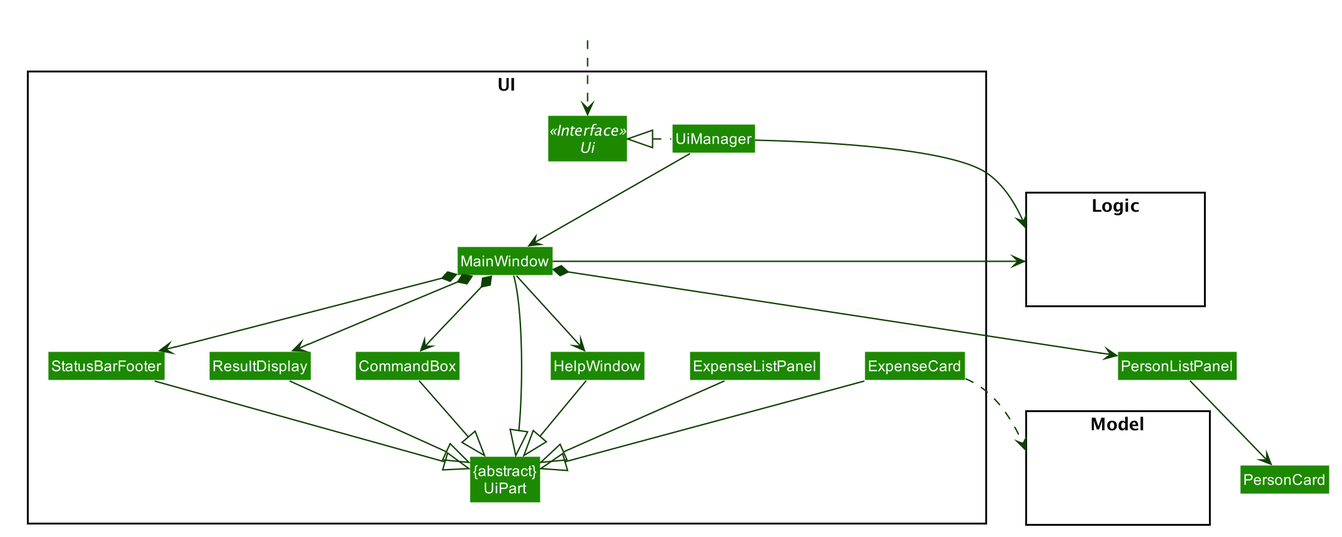
This is docs/images/UiClassDiagram.png from yyutong/tp, a PlantUML export, as it was before one commit.
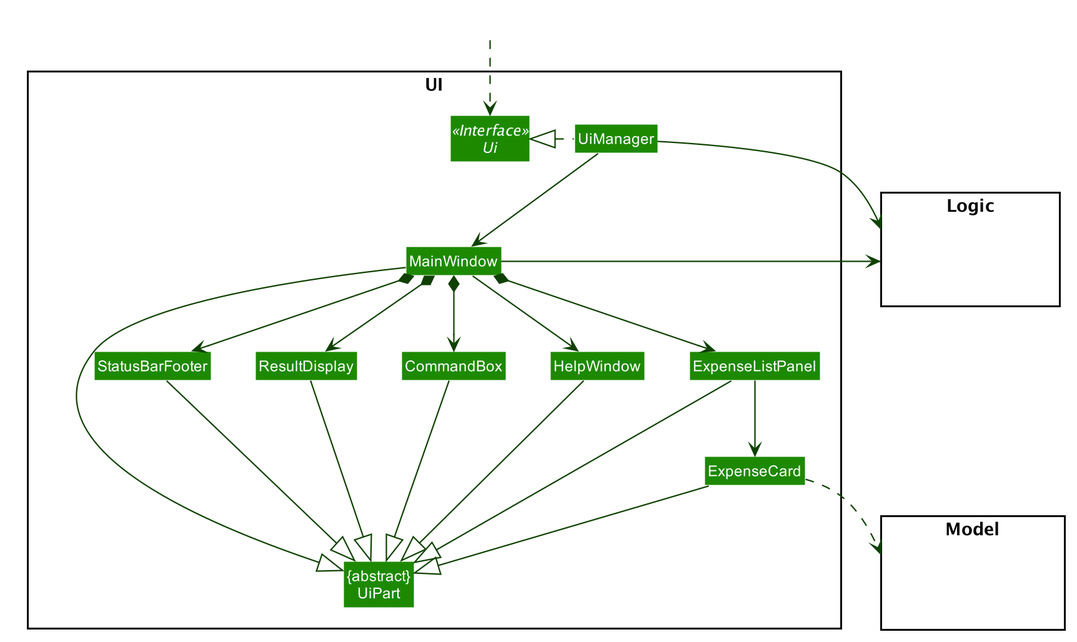
After the commit.

The edit, as a diff of the source:
```diff
@@ -80,10 +80,10 @@
 MainWindow --> HelpWindow
 MainWindow *-down-> CommandBox
 MainWindow *-down-> ResultDisplay
-MainWindow *-down-> PersonListPanel
+MainWindow *-down-> ExpenseListPanel
 MainWindow *-down-> StatusBarFooter
 
-PersonListPanel -down-> PersonCard
+ExpenseListPanel -down-> ExpenseCard
 
 MainWindow -left-|> UiPart
 
```
